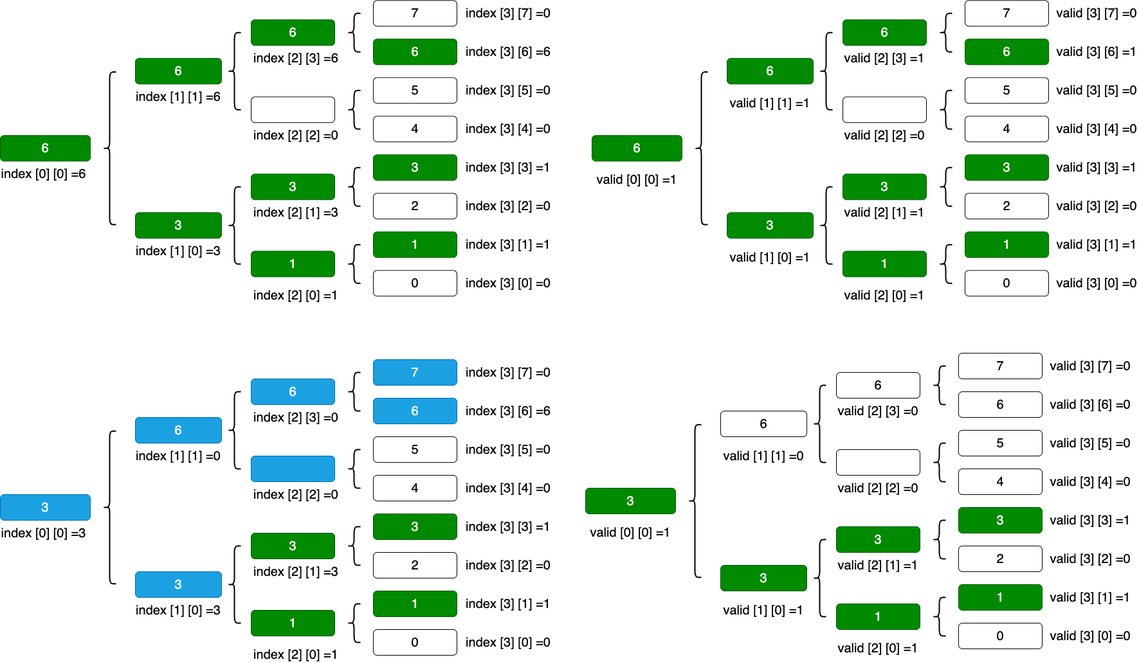
This is figures/tree_propogation.png from chenxun233/Venturi, a draw.io export, as it was before one commit. Source tidied: cells renumbered, new cells last; positions are measured from the earlier drawing's top-left corner, leaving out a move shared by most shapes.
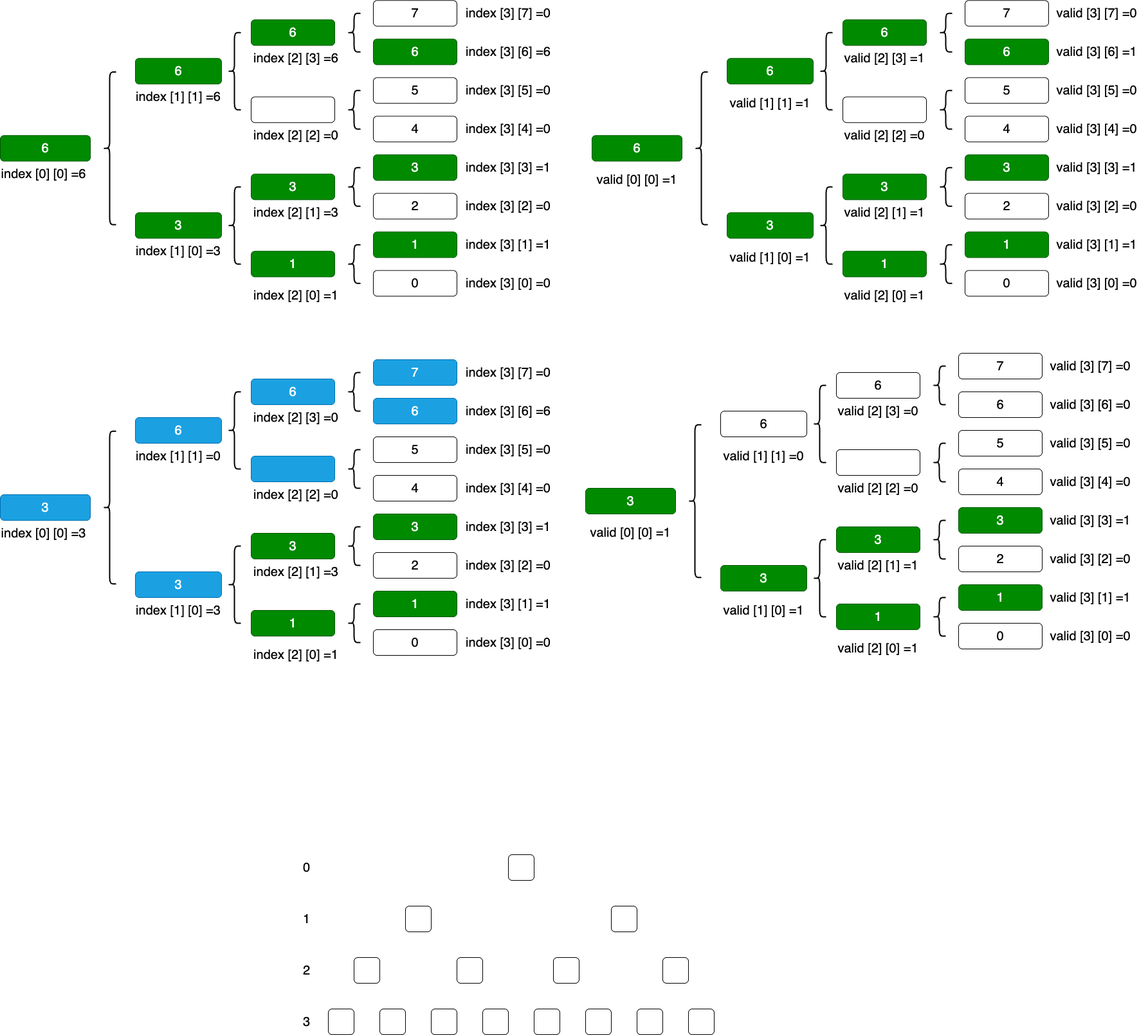
The same file after the commit.

The edit, as a diff of the source:
```diff
@@ -446,5 +446,62 @@
     <mxCell id="149" value="index [1] [0] =3" style="text;html=1;align=center;verticalAlign=middle;whiteSpace=wrap;rounded=0;fontSize=20;" parent="1" vertex="1">
       <mxGeometry x="206" y="939" width="142" height="20" as="geometry" />
     </mxCell>
+    <mxCell id="150" style="rounded=1;whiteSpace=wrap;html=1;" parent="1" vertex="1">
+      <mxGeometry x="790" y="1329" width="40" height="40" as="geometry" />
+    </mxCell>
+    <mxCell id="151" value="1" style="text;html=1;align=right;verticalAlign=middle;whiteSpace=wrap;rounded=0;fontSize=20;" parent="1" vertex="1">
+      <mxGeometry x="374" y="1419" width="110" height="20" as="geometry" />
+    </mxCell>
+    <mxCell id="152" value="2" style="text;html=1;align=right;verticalAlign=middle;whiteSpace=wrap;rounded=0;fontSize=20;" parent="1" vertex="1">
+      <mxGeometry x="374" y="1499" width="110" height="20" as="geometry" />
+    </mxCell>
+    <mxCell id="153" value="0" style="text;html=1;align=right;verticalAlign=middle;whiteSpace=wrap;rounded=0;fontSize=20;" parent="1" vertex="1">
+      <mxGeometry x="374" y="1339" width="110" height="20" as="geometry" />
+    </mxCell>
+    <mxCell id="154" style="rounded=1;whiteSpace=wrap;html=1;" parent="1" vertex="1">
+      <mxGeometry x="630" y="1409" width="40" height="40" as="geometry" />
+    </mxCell>
+    <mxCell id="155" style="rounded=1;whiteSpace=wrap;html=1;" parent="1" vertex="1">
+      <mxGeometry x="950" y="1409" width="40" height="40" as="geometry" />
+    </mxCell>
+    <mxCell id="156" style="rounded=1;whiteSpace=wrap;html=1;" parent="1" vertex="1">
+      <mxGeometry x="550" y="1489" width="40" height="40" as="geometry" />
+    </mxCell>
+    <mxCell id="157" style="rounded=1;whiteSpace=wrap;html=1;" parent="1" vertex="1">
+      <mxGeometry x="710" y="1489" width="40" height="40" as="geometry" />
+    </mxCell>
+    <mxCell id="158" style="rounded=1;whiteSpace=wrap;html=1;" parent="1" vertex="1">
+      <mxGeometry x="860" y="1489" width="40" height="40" as="geometry" />
+    </mxCell>
+    <mxCell id="159" style="rounded=1;whiteSpace=wrap;html=1;" parent="1" vertex="1">
+      <mxGeometry x="1030" y="1489" width="40" height="40" as="geometry" />
+    </mxCell>
+    <mxCell id="160" value="3" style="text;html=1;align=right;verticalAlign=middle;whiteSpace=wrap;rounded=0;fontSize=20;" parent="1" vertex="1">
+      <mxGeometry x="374" y="1579" width="110" height="20" as="geometry" />
+    </mxCell>
+    <mxCell id="161" style="rounded=1;whiteSpace=wrap;html=1;" parent="1" vertex="1">
+      <mxGeometry x="510" y="1569" width="40" height="40" as="geometry" />
+    </mxCell>
+    <mxCell id="162" style="rounded=1;whiteSpace=wrap;html=1;" parent="1" vertex="1">
+      <mxGeometry x="590" y="1569" width="40" height="40" as="geometry" />
+    </mxCell>
+    <mxCell id="163" style="rounded=1;whiteSpace=wrap;html=1;" parent="1" vertex="1">
+      <mxGeometry x="670" y="1569" width="40" height="40" as="geometry" />
+    </mxCell>
+    <mxCell id="164" style="rounded=1;whiteSpace=wrap;html=1;" parent="1" vertex="1">
+      <mxGeometry x="750" y="1569" width="40" height="40" as="geometry" />
+    </mxCell>
+    <mxCell id="165" style="rounded=1;whiteSpace=wrap;html=1;" parent="1" vertex="1">
+      <mxGeometry x="830" y="1569" width="40" height="40" as="geometry" />
+    </mxCell>
+    <mxCell id="166" style="rounded=1;whiteSpace=wrap;html=1;" parent="1" vertex="1">
+      <mxGeometry x="910" y="1569" width="40" height="40" as="geometry" />
+    </mxCell>
+    <mxCell id="167" style="rounded=1;whiteSpace=wrap;html=1;" parent="1" vertex="1">
+      <mxGeometry x="990" y="1569" width="40" height="40" as="geometry" />
+    </mxCell>
+    <mxCell id="168" style="rounded=1;whiteSpace=wrap;html=1;" parent="1" vertex="1">
+      <mxGeometry x="1070" y="1569" width="40" height="40" as="geometry" />
+    </mxCell>
   </root>
 </mxGraphModel>
```
